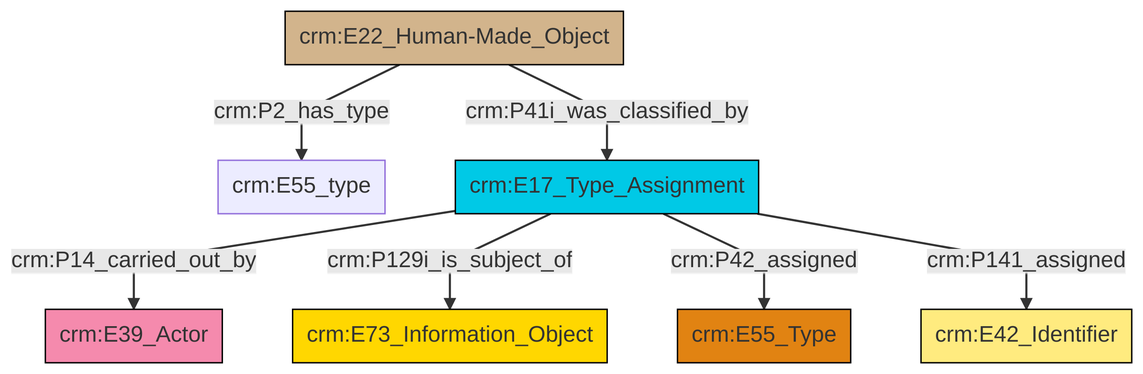
swiss-art-research-net/reference-data-models keeps this Mermaid diagram as et/builtWorkCSV/ttl/mmd/png/Built_Work_designation_status.png. Above is the earlier version. Its source is kept beside it as et/builtWorkCSV/ttl/mmd/Built_Work_designation_status.ttl.mmd.
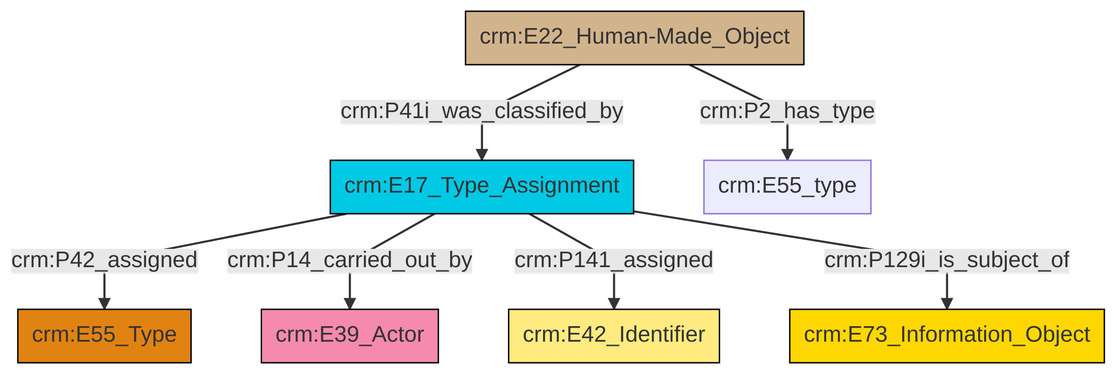
The same diagram one commit later.

Change to the diagram source:
```diff
@@ -13,9 +13,9 @@
 classDef PC_Classes fill:#4ce600, stroke:#000000;
 classDef Multi fill:#cccccc,stroke:#000000;
 
-2["crm:E22_Human-Made_Object"]:::Physical_Thing -->|crm:P2_has_type| 3["crm:E55_type"]:::Default
-5["crm:E17_Type_Assignment"]:::Temporal_Entity -->|crm:P14_carried_out_by| 6["crm:E39_Actor"]:::Actor
-5["crm:E17_Type_Assignment"]:::Temporal_Entity -->|crm:P129i_is_subject_of| 7["crm:E73_Information_Object"]:::Conceptual_Object
-2["crm:E22_Human-Made_Object"]:::Physical_Thing -->|crm:P41i_was_classified_by| 5["crm:E17_Type_Assignment"]:::Temporal_Entity
-5["crm:E17_Type_Assignment"]:::Temporal_Entity -->|crm:P42_assigned| 0["crm:E55_Type"]:::Type
-5["crm:E17_Type_Assignment"]:::Temporal_Entity -->|crm:P141_assigned| 8["crm:E42_Identifier"]:::Appellation
+2["crm:E17_Type_Assignment"]:::Temporal_Entity -->|crm:P42_assigned| 0["crm:E55_Type"]:::Type
+10["crm:E22_Human-Made_Object"]:::Physical_Thing -->|crm:P2_has_type| 7["crm:E55_type"]:::Default
+2["crm:E17_Type_Assignment"]:::Temporal_Entity -->|crm:P14_carried_out_by| 11["crm:E39_Actor"]:::Actor
+2["crm:E17_Type_Assignment"]:::Temporal_Entity -->|crm:P141_assigned| 5["crm:E42_Identifier"]:::Appellation
+10["crm:E22_Human-Made_Object"]:::Physical_Thing -->|crm:P41i_was_classified_by| 2["crm:E17_Type_Assignment"]:::Temporal_Entity
+2["crm:E17_Type_Assignment"]:::Temporal_Entity -->|crm:P129i_is_subject_of| 3["crm:E73_Information_Object"]:::Conceptual_Object
```
